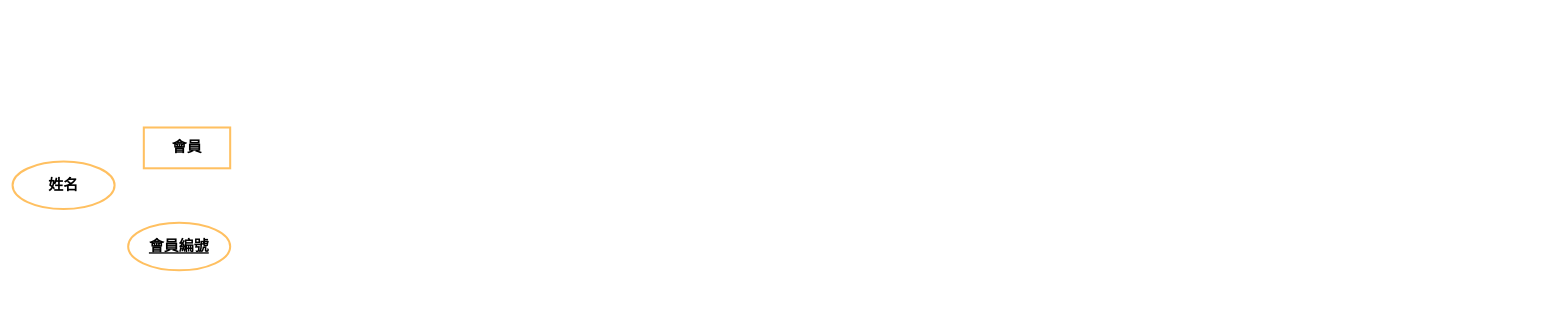
Earlier version of the draw.io diagram 實體關聯圖.drawio (nomicha/draw.io). Source tidied: cells renumbered, new cells numbered last; positions are measured from the earlier drawing's top-left corner, leaving out a move shared by most shapes. Both pictures are drawn from the tidied source at 68%, with x=0, y=0 at pixel (12, 127).
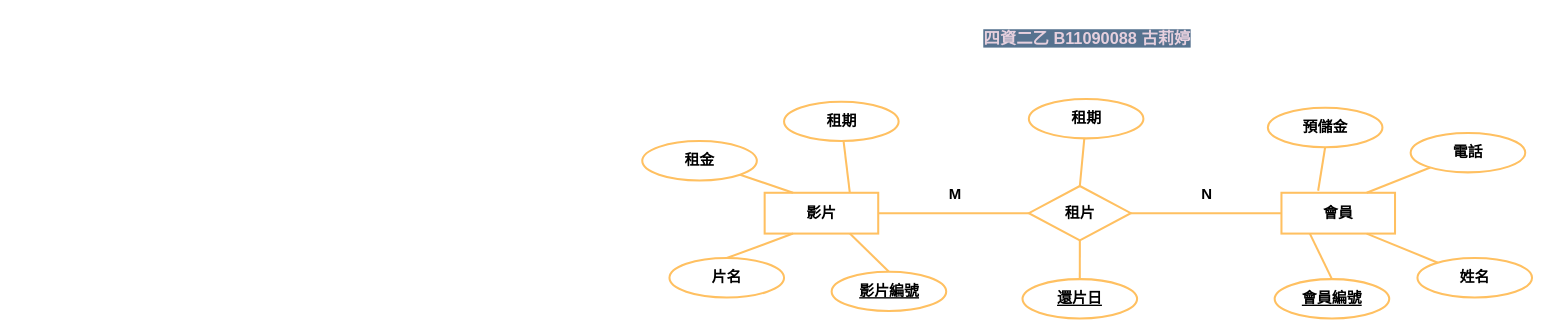
The same page after the edit.

Commit message (it also covers changes not shown here):
更新實體關聯圖.drawio

Diff of the diagram source:
```diff
@@
+    <mxCell id="5" style="group;" parent="1" vertex="1">
+      <mxGeometry x="926" y="-42" width="1308.5" height="323" as="geometry" />
+    </mxCell>
-    <mxCell id="2" value="&lt;font size=&quot;1&quot; style=&quot;&quot;&gt;&lt;b style=&quot;font-size: 22px;&quot;&gt;會員&lt;/b&gt;&lt;/font&gt;" style="rounded=0;whiteSpace=wrap;html=1;strokeWidth=3;fillColor=none;strokeColor=#FFC061;" parent="1" vertex="1">
-      <mxGeometry x="193" width="127" height="60" as="geometry" />
+    <mxCell id="2" value="&lt;font size=&quot;1&quot; style=&quot;&quot;&gt;&lt;b style=&quot;font-size: 22px;&quot;&gt;會員&lt;/b&gt;&lt;/font&gt;" style="rounded=0;whiteSpace=wrap;html=1;strokeWidth=3;fillColor=none;strokeColor=#FFC061;" parent="5" vertex="1">
+      <mxGeometry x="940" y="138" width="167" height="60" as="geometry" />
     </mxCell>
+    <mxCell id="6" style="rounded=0;jettySize=auto;html=1;exitX=0.5;exitY=0;exitDx=0;exitDy=0;entryX=0.25;entryY=1;entryDx=0;entryDy=0;endArrow=none;endFill=0;strokeWidth=3;strokeColor=#FFC061;" parent="5" edge="1" source="3" target="2">
+      <mxGeometry relative="1" as="geometry" />
+    </mxCell>
-    <mxCell id="3" value="&lt;font style=&quot;font-size: 22px;&quot;&gt;&lt;b&gt;&lt;u&gt;會員編號&lt;/u&gt;&lt;/b&gt;&lt;/font&gt;" style="ellipse;whiteSpace=wrap;html=1;strokeWidth=3;strokeColor=#FFC061;" parent="1" vertex="1">
-      <mxGeometry x="170" y="140" width="150" height="70" as="geometry" />
+    <mxCell id="3" value="&lt;font style=&quot;font-size: 22px;&quot;&gt;&lt;b&gt;&lt;u&gt;會員編號&lt;/u&gt;&lt;/b&gt;&lt;/font&gt;" style="ellipse;whiteSpace=wrap;html=1;strokeWidth=3;strokeColor=#FFC061;" parent="5" vertex="1">
+      <mxGeometry x="930" y="265" width="168.5" height="58" as="geometry" />
     </mxCell>
+    <mxCell id="7" style="rounded=0;jettySize=auto;html=1;entryX=0.75;entryY=1;entryDx=0;entryDy=0;endArrow=none;endFill=0;strokeWidth=3;strokeColor=#FFC061;" parent="5" edge="1" source="4" target="2">
+      <mxGeometry relative="1" as="geometry" />
+    </mxCell>
-    <mxCell id="4" value="&lt;font style=&quot;font-size: 22px;&quot;&gt;&lt;b&gt;姓名&lt;/b&gt;&lt;/font&gt;" style="ellipse;whiteSpace=wrap;html=1;strokeWidth=3;strokeColor=#FFC061;" parent="1" vertex="1">
-      <mxGeometry y="50" width="150" height="70" as="geometry" />
+    <mxCell id="4" value="&lt;font style=&quot;font-size: 22px;&quot;&gt;&lt;b&gt;姓名&lt;/b&gt;&lt;/font&gt;" style="ellipse;whiteSpace=wrap;html=1;strokeWidth=3;strokeColor=#FFC061;" parent="5" vertex="1">
+      <mxGeometry x="1140" y="234" width="168.5" height="58" as="geometry" />
     </mxCell>
+    <mxCell id="8" style="rounded=0;jettySize=auto;html=1;entryX=0.75;entryY=0;entryDx=0;entryDy=0;endArrow=none;endFill=0;strokeWidth=3;strokeColor=#FFC061;" parent="5" edge="1" source="9" target="2">
+      <mxGeometry relative="1" as="geometry" />
+    </mxCell>
+    <mxCell id="9" value="&lt;font style=&quot;font-size: 22px;&quot;&gt;&lt;b&gt;電話&lt;/b&gt;&lt;/font&gt;" style="ellipse;whiteSpace=wrap;html=1;strokeWidth=3;strokeColor=#FFC061;" parent="5" vertex="1">
+      <mxGeometry x="1130" y="50" width="168.5" height="58" as="geometry" />
+    </mxCell>
+    <mxCell id="10" value="&lt;font style=&quot;font-size: 22px;&quot;&gt;&lt;b&gt;預儲金&lt;/b&gt;&lt;/font&gt;" style="ellipse;whiteSpace=wrap;html=1;strokeWidth=3;strokeColor=#FFC061;" parent="5" vertex="1">
+      <mxGeometry x="920" y="13" width="168.5" height="58" as="geometry" />
+    </mxCell>
+    <mxCell id="11" value="&lt;span style=&quot;font-size: 22px;&quot;&gt;&lt;b&gt;&lt;u&gt;還片日&lt;/u&gt;&lt;/b&gt;&lt;/span&gt;" style="ellipse;whiteSpace=wrap;html=1;strokeWidth=3;strokeColor=#FFC061;" parent="5" vertex="1">
+      <mxGeometry x="559.2" y="265" width="168.5" height="58" as="geometry" />
+    </mxCell>
+    <mxCell id="12" value="&lt;font style=&quot;font-size: 22px;&quot;&gt;&lt;b&gt;租期&lt;/b&gt;&lt;/font&gt;" style="ellipse;whiteSpace=wrap;html=1;strokeWidth=3;strokeColor=#FFC061;" parent="5" vertex="1">
+      <mxGeometry x="568.5" width="168.5" height="58" as="geometry" />
+    </mxCell>
+    <mxCell id="13" value="&lt;font size=&quot;1&quot; style=&quot;&quot;&gt;&lt;b style=&quot;font-size: 22px;&quot;&gt;影片&lt;/b&gt;&lt;/font&gt;" style="rounded=0;whiteSpace=wrap;html=1;strokeWidth=3;fillColor=none;strokeColor=#FFC061;" parent="5" vertex="1">
+      <mxGeometry x="180" y="138" width="167" height="60" as="geometry" />
+    </mxCell>
+    <mxCell id="14" style="rounded=0;jettySize=auto;html=1;exitX=0.5;exitY=0;exitDx=0;exitDy=0;entryX=0.75;entryY=1;entryDx=0;entryDy=0;endArrow=none;endFill=0;strokeWidth=3;strokeColor=#FFC061;" parent="5" edge="1" source="15" target="13">
+      <mxGeometry relative="1" as="geometry" />
+    </mxCell>
+    <mxCell id="15" value="&lt;span style=&quot;font-size: 22px;&quot;&gt;&lt;b&gt;&lt;u&gt;影片編號&lt;/u&gt;&lt;/b&gt;&lt;/span&gt;" style="ellipse;whiteSpace=wrap;html=1;strokeWidth=3;strokeColor=#FFC061;" parent="5" vertex="1">
+      <mxGeometry x="278.5" y="254" width="168.5" height="58" as="geometry" />
+    </mxCell>
+    <mxCell id="16" style="rounded=0;jettySize=auto;html=1;exitX=0.5;exitY=0;exitDx=0;exitDy=0;entryX=0.25;entryY=1;entryDx=0;entryDy=0;endArrow=none;endFill=0;strokeWidth=3;strokeColor=#FFC061;" parent="5" edge="1" source="17" target="13">
+      <mxGeometry relative="1" as="geometry" />
+    </mxCell>
+    <mxCell id="17" value="&lt;font style=&quot;font-size: 22px;&quot;&gt;&lt;b&gt;片名&lt;/b&gt;&lt;/font&gt;" style="ellipse;whiteSpace=wrap;html=1;strokeWidth=3;strokeColor=#FFC061;" parent="5" vertex="1">
+      <mxGeometry x="40" y="234" width="168.5" height="58" as="geometry" />
+    </mxCell>
+    <mxCell id="18" style="rounded=0;jettySize=auto;html=1;entryX=0.25;entryY=0;entryDx=0;entryDy=0;endArrow=none;endFill=0;strokeWidth=3;strokeColor=#FFC061;" parent="5" edge="1" source="19" target="13">
+      <mxGeometry relative="1" as="geometry" />
+    </mxCell>
+    <mxCell id="19" value="&lt;font style=&quot;font-size: 22px;&quot;&gt;&lt;b&gt;租金&lt;/b&gt;&lt;/font&gt;" style="ellipse;whiteSpace=wrap;html=1;strokeWidth=3;strokeColor=#FFC061;" parent="5" vertex="1">
+      <mxGeometry y="62" width="168.5" height="58" as="geometry" />
+    </mxCell>
+    <mxCell id="20" style="rounded=0;jettySize=auto;html=1;entryX=0.75;entryY=0;entryDx=0;entryDy=0;strokeWidth=3;startArrow=none;startFill=0;endArrow=none;endFill=0;strokeColor=#FFC061;" parent="5" edge="1" source="21" target="13">
+      <mxGeometry relative="1" as="geometry" />
+    </mxCell>
+    <mxCell id="21" value="&lt;span style=&quot;font-size: 22px;&quot;&gt;&lt;b&gt;租期&lt;/b&gt;&lt;/span&gt;" style="ellipse;whiteSpace=wrap;html=1;strokeWidth=3;strokeColor=#FFC061;" parent="5" vertex="1">
+      <mxGeometry x="208.5" y="4" width="168.5" height="58" as="geometry" />
+    </mxCell>
+    <mxCell id="22" style="rounded=0;jettySize=auto;html=1;entryX=0;entryY=0.5;entryDx=0;entryDy=0;endArrow=none;endFill=0;strokeColor=#FFC061;strokeWidth=3;" parent="5" edge="1" source="23" target="2">
+      <mxGeometry relative="1" as="geometry" />
+    </mxCell>
+    <mxCell id="23" value="&lt;font style=&quot;font-size: 22px;&quot;&gt;&lt;b&gt;租片&lt;/b&gt;&lt;/font&gt;" style="rhombus;whiteSpace=wrap;html=1;strokeWidth=3;fillColor=none;strokeColor=#FFC061;" parent="5" vertex="1">
+      <mxGeometry x="568.5" y="128" width="150" height="80" as="geometry" />
+    </mxCell>
+    <mxCell id="24" style="rounded=0;jettySize=auto;html=1;exitX=0.5;exitY=0;exitDx=0;exitDy=0;entryX=0.5;entryY=1;entryDx=0;entryDy=0;endArrow=none;endFill=0;strokeWidth=3;strokeColor=#FFC061;" parent="5" edge="1" source="11" target="23">
+      <mxGeometry relative="1" as="geometry" />
+    </mxCell>
+    <mxCell id="25" style="rounded=0;jettySize=auto;html=1;entryX=0.5;entryY=0;entryDx=0;entryDy=0;endArrow=none;endFill=0;strokeWidth=3;strokeColor=#FFC061;" parent="5" edge="1" source="12" target="23">
+      <mxGeometry relative="1" as="geometry" />
+    </mxCell>
+    <mxCell id="26" style="rounded=0;jettySize=auto;html=1;exitX=1;exitY=0.5;exitDx=0;exitDy=0;entryX=0;entryY=0.5;entryDx=0;entryDy=0;endArrow=none;endFill=0;strokeWidth=3;strokeColor=#FFC061;" parent="5" edge="1" source="13" target="23">
+      <mxGeometry relative="1" as="geometry" />
+    </mxCell>
+    <mxCell id="27" style="rounded=0;jettySize=auto;html=1;exitX=0.5;exitY=1;exitDx=0;exitDy=0;entryX=0.323;entryY=-0.05;entryDx=0;entryDy=0;entryPerimeter=0;endArrow=none;endFill=0;strokeWidth=3;strokeColor=#FFC061;" parent="5" edge="1" source="10" target="2">
+      <mxGeometry relative="1" as="geometry" />
+    </mxCell>
+    <mxCell id="28" value="&lt;font style=&quot;font-size: 22px;&quot;&gt;&lt;b&gt;M&lt;/b&gt;&lt;/font&gt;" style="text;html=1;align=center;verticalAlign=middle;strokeColor=none;fillColor=none;" parent="5" vertex="1">
+      <mxGeometry x="440" y="120" width="40" height="40" as="geometry" />
+    </mxCell>
+    <mxCell id="29" value="&lt;font style=&quot;font-size: 22px;&quot;&gt;&lt;b&gt;N&lt;/b&gt;&lt;/font&gt;" style="text;html=1;align=center;verticalAlign=middle;strokeColor=none;fillColor=none;" parent="5" vertex="1">
+      <mxGeometry x="810" y="120" width="40" height="40" as="geometry" />
+    </mxCell>
+    <mxCell id="30" value="&lt;h1 style=&quot;text-align:right&quot;&gt;&lt;font color=&quot;#e6d0de&quot; style=&quot;background-color: rgb(86, 114, 143);&quot;&gt;四資二乙&lt;span style=&quot;&quot; lang=&quot;EN-US&quot;&gt; B11090088 &lt;/span&gt;&lt;span style=&quot;font-family: 新細明體, serif;&quot;&gt;古莉婷&lt;/span&gt;&lt;/font&gt;&lt;/h1&gt;&lt;p style=&quot;text-align:right&quot; align=&quot;right&quot; class=&quot;MsoNormal&quot;&gt;&lt;span lang=&quot;EN-US&quot;&gt;&lt;/span&gt;&lt;/p&gt;" style="text;html=1;align=center;verticalAlign=middle;strokeColor=none;fillColor=none;" parent="1" vertex="1">
+      <mxGeometry x="1415" y="-170" width="330" height="80" as="geometry" />
+    </mxCell>
```
